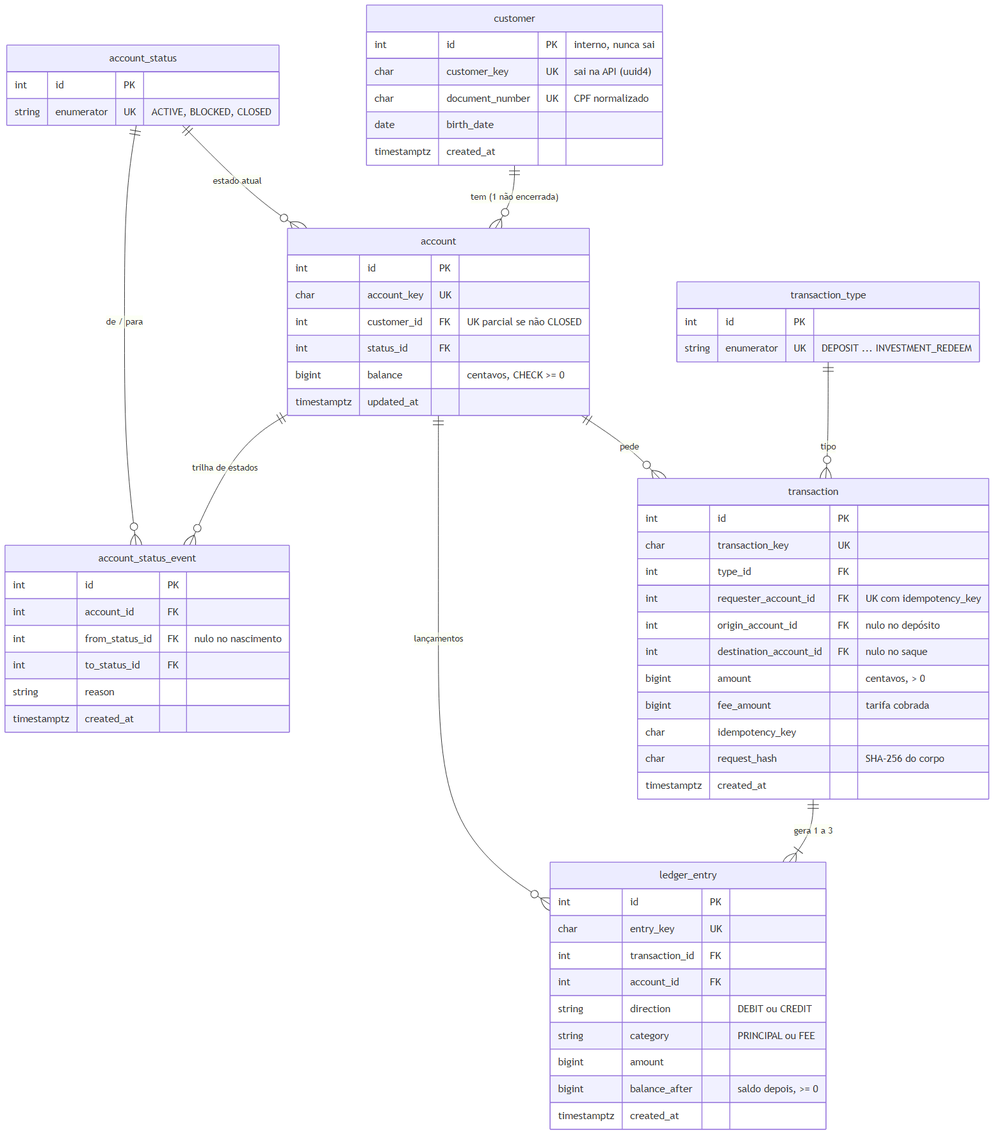
Above: docs/diagramas/er-nucleo.png in heluylucas/bootcamp-qi-tech-presidas- (Mermaid), before the change. Its source is kept beside it as docs/diagramas/er-nucleo.mmd.
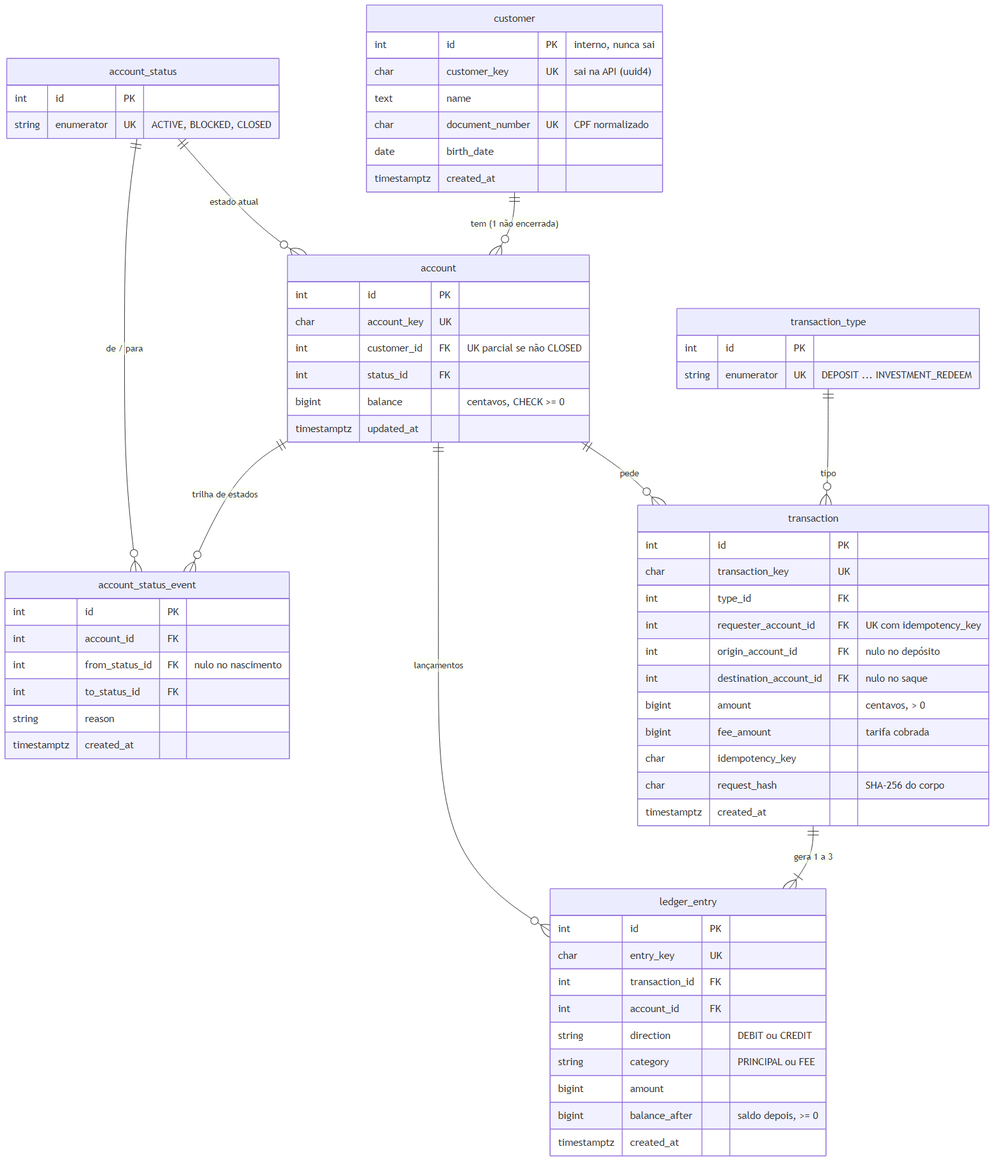
After the change.

Change to the diagram source:
```diff
@@ -11,6 +11,7 @@
     customer {
         int id PK "interno, nunca sai"
         char customer_key UK "sai na API (uuid4)"
+        text name
         char document_number UK "CPF normalizado"
         date birth_date
         timestamptz created_at
```
